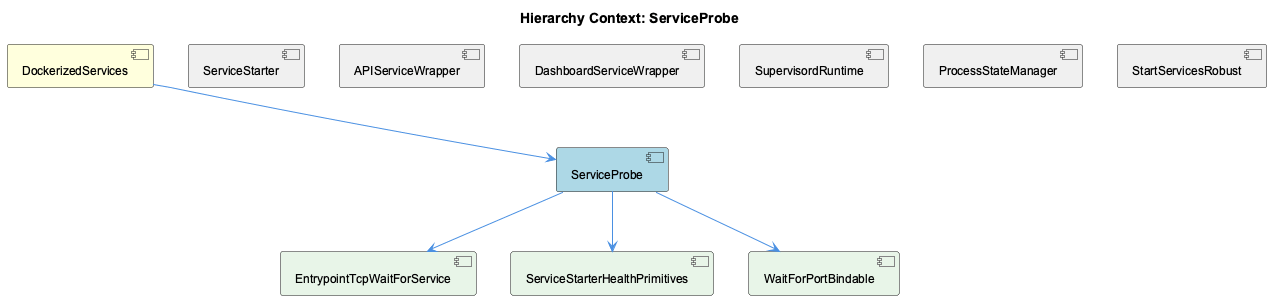
The PlantUML diagram knowledge-management/insights/images/service-probe-relationship.png in fwornle/coding, before a commit.
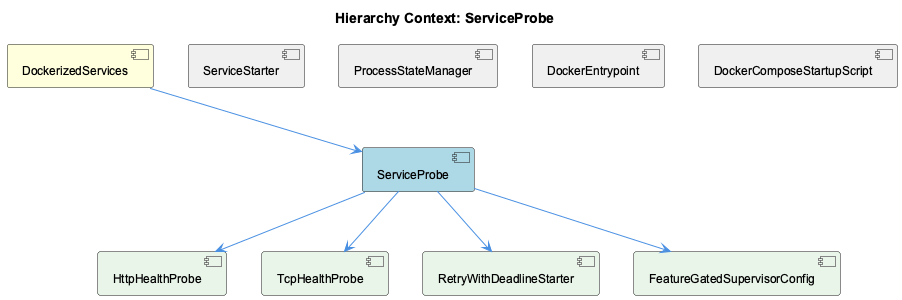
The same file after the commit.

Change to the diagram source:
```diff
@@ -6,24 +6,22 @@
 [DockerizedServices] as dockerized_services #FFFFDD
 [ServiceProbe] as service_probe #LightBlue
 [ServiceStarter] as service_starter #F0F0F0
-[APIServiceWrapper] as apiservice_wrapper #F0F0F0
-[DashboardServiceWrapper] as dashboard_service_wrapper #F0F0F0
-[SupervisordRuntime] as supervisord_runtime #F0F0F0
 [ProcessStateManager] as process_state_manager #F0F0F0
-[StartServicesRobust] as start_services_robust #F0F0F0
-[EntrypointTcpWaitForService] as entrypoint_tcp_wait_for_service #E8F5E8
-[ServiceStarterHealthPrimitives] as service_starter_health_primitives #E8F5E8
-[WaitForPortBindable] as wait_for_port_bindable #E8F5E8
+[DockerEntrypoint] as docker_entrypoint #F0F0F0
+[DockerComposeStartupScript] as docker_compose_startup_script #F0F0F0
+[HttpHealthProbe] as http_health_probe #E8F5E8
+[TcpHealthProbe] as tcp_health_probe #E8F5E8
+[RetryWithDeadlineStarter] as retry_with_deadline_starter #E8F5E8
+[FeatureGatedSupervisorConfig] as feature_gated_supervisor_config #E8F5E8
 
 dockerized_services --> service_probe
 service_starter -[hidden]- service_probe
-apiservice_wrapper -[hidden]- service_probe
-dashboard_service_wrapper -[hidden]- service_probe
-supervisord_runtime -[hidden]- service_probe
 process_state_manager -[hidden]- service_probe
-start_services_robust -[hidden]- service_probe
-service_probe --> entrypoint_tcp_wait_for_service
-service_probe --> service_starter_health_primitives
-service_probe --> wait_for_port_bindable
+docker_entrypoint -[hidden]- service_probe
+docker_compose_startup_script -[hidden]- service_probe
+service_probe --> http_health_probe
+service_probe --> tcp_health_probe
+service_probe --> retry_with_deadline_starter
+service_probe --> feature_gated_supervisor_config
 
 @enduml
```
